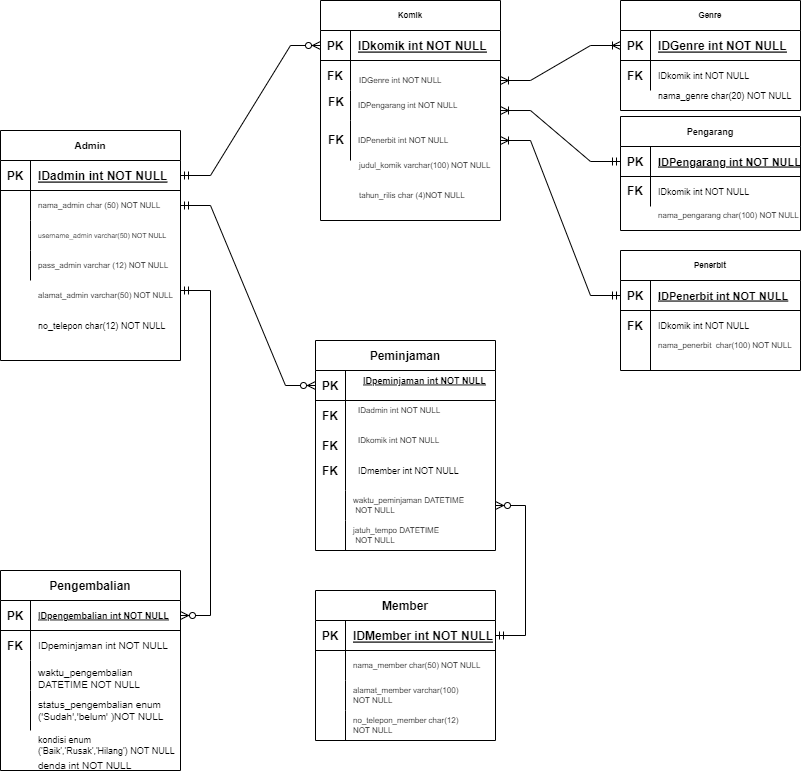
Earlier version of the draw.io export Pertemuan 6/Pertemuan 6.drawio.png (Naufalzaki05/IF214002). Source tidied: cells renumbered, new cells last; positions are measured from the earlier drawing's top-left corner, leaving out a move shared by most shapes.
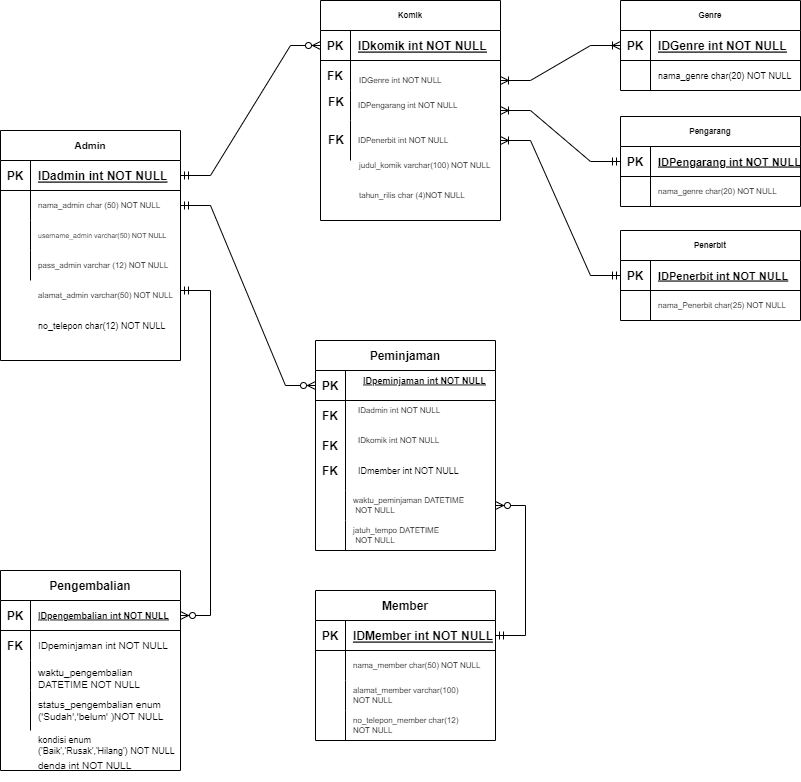
Later version of the same file.

Diff of the diagram source:
```diff
@@ -239,7 +239,7 @@
       <mxGeometry x="315" y="455" width="30" height="30" as="geometry" />
     </mxCell>
     <mxCell id="80" value="Genre" style="shape=table;startSize=30;rowLines=0;fontStyle=1;align=center;fontSize=8;" parent="1" vertex="1">
-      <mxGeometry x="620" width="180" height="110" as="geometry" />
+      <mxGeometry x="620" width="180" height="90" as="geometry" />
     </mxCell>
     <mxCell id="81" style="shape=tableRow;horizontal=0;startSize=0;swimlaneHead=0;swimlaneBody=0;fillColor=none;points=[[0,0.5],[1,0.5]];portConstraint=eastwest;top=0;left=0;right=0;bottom=1;" parent="80" vertex="1">
       <mxGeometry y="30" width="180" height="30" as="geometry" />
@@ -256,7 +256,7 @@
     <mxCell id="85" style="shape=partialRectangle;fillColor=none;top=0;left=0;bottom=0;right=0;overflow=hidden;" parent="84" vertex="1">
       <mxGeometry width="30" height="30" as="geometry" />
     </mxCell>
-    <mxCell id="86" value="IDkomik int NOT NULL" style="shape=partialRectangle;fillColor=none;top=0;left=0;bottom=0;right=0;align=left;spacingLeft=6;overflow=hidden;fontSize=9;fontStyle=0;" parent="84" vertex="1">
+    <mxCell id="86" value="nama_genre char(20) NOT NULL" style="shape=partialRectangle;fillColor=none;top=0;left=0;bottom=0;right=0;align=left;spacingLeft=6;overflow=hidden;fontSize=9;" parent="84" vertex="1">
       <mxGeometry x="30" width="150" height="30" as="geometry" />
     </mxCell>
     <mxCell id="87" value="IDGenre int NOT NULL" style="shape=partialRectangle;fillColor=none;top=0;left=0;bottom=0;right=0;align=left;spacingLeft=6;overflow=hidden;fontSize=8;" parent="1" vertex="1">
@@ -282,8 +282,8 @@
         <mxPoint x="500" y="80" as="sourcePoint" />
       </mxGeometry>
     </mxCell>
-    <mxCell id="94" value="Pengarang" style="shape=table;startSize=30;rowLines=0;fontStyle=1;align=center;fontSize=9;" parent="1" vertex="1">
-      <mxGeometry x="620" y="116" width="180" height="114" as="geometry" />
+    <mxCell id="94" value="Pengarang" style="shape=table;startSize=30;rowLines=0;fontStyle=1;align=center;fontSize=8;" parent="1" vertex="1">
+      <mxGeometry x="620" y="116" width="180" height="90" as="geometry" />
     </mxCell>
     <mxCell id="95" style="shape=tableRow;horizontal=0;startSize=0;swimlaneHead=0;swimlaneBody=0;fillColor=none;points=[[0,0.5],[1,0.5]];portConstraint=eastwest;top=0;left=0;right=0;bottom=1;" parent="94" vertex="1">
       <mxGeometry y="30" width="180" height="30" as="geometry" />
@@ -300,14 +300,14 @@
     <mxCell id="99" style="shape=partialRectangle;fillColor=none;top=0;left=0;bottom=0;right=0;overflow=hidden;" parent="98" vertex="1">
       <mxGeometry width="30" height="30" as="geometry" />
     </mxCell>
-    <mxCell id="100" value="IDkomik int NOT NULL" style="shape=partialRectangle;fillColor=none;top=0;left=0;bottom=0;right=0;align=left;spacingLeft=6;overflow=hidden;fontSize=9;" parent="98" vertex="1">
+    <mxCell id="100" value="nama_genre char(20) NOT NULL" style="shape=partialRectangle;fillColor=none;top=0;left=0;bottom=0;right=0;align=left;spacingLeft=6;overflow=hidden;fontSize=8;" parent="98" vertex="1">
       <mxGeometry x="30" width="150" height="30" as="geometry" />
     </mxCell>
     <mxCell id="101" style="edgeStyle=entityRelationEdgeStyle;fontSize=12;html=1;endArrow=ERoneToMany;startArrow=ERmandOne;rounded=0;entryX=1;entryY=0.667;entryDx=0;entryDy=0;entryPerimeter=0;exitX=0;exitY=0.5;exitDx=0;exitDy=0;" parent="1" edge="1" source="95" target="24">
       <mxGeometry relative="1" as="geometry" />
     </mxCell>
     <mxCell id="102" value="Penerbit" style="shape=table;startSize=30;rowLines=0;fontStyle=1;align=center;fontSize=8;" parent="1" vertex="1">
-      <mxGeometry x="620" y="250" width="180" height="120" as="geometry" />
+      <mxGeometry x="620" y="230" width="180" height="90" as="geometry" />
     </mxCell>
     <mxCell id="103" style="shape=tableRow;horizontal=0;startSize=0;swimlaneHead=0;swimlaneBody=0;fillColor=none;points=[[0,0.5],[1,0.5]];portConstraint=eastwest;top=0;left=0;right=0;bottom=1;" parent="102" vertex="1">
       <mxGeometry y="30" width="180" height="30" as="geometry" />
@@ -319,13 +319,13 @@
       <mxGeometry x="30" width="150" height="30" as="geometry" />
     </mxCell>
     <mxCell id="106" style="shape=tableRow;horizontal=0;startSize=0;swimlaneHead=0;swimlaneBody=0;fillColor=none;top=0;left=0;right=0;bottom=0;" parent="102" vertex="1">
-      <mxGeometry y="60" width="180" height="60" as="geometry" />
+      <mxGeometry y="60" width="180" height="30" as="geometry" />
     </mxCell>
     <mxCell id="107" style="shape=partialRectangle;fillColor=none;top=0;left=0;bottom=0;right=0;overflow=hidden;" parent="106" vertex="1">
-      <mxGeometry width="30" height="60" as="geometry" />
+      <mxGeometry width="30" height="30" as="geometry" />
     </mxCell>
-    <mxCell id="108" style="shape=partialRectangle;fillColor=none;top=0;left=0;bottom=0;right=0;align=left;spacingLeft=6;overflow=hidden;fontSize=8;" parent="106" vertex="1">
-      <mxGeometry x="30" width="150" height="60" as="geometry" />
+    <mxCell id="108" value="nama_Penerbit char(25) NOT NULL" style="shape=partialRectangle;fillColor=none;top=0;left=0;bottom=0;right=0;align=left;spacingLeft=6;overflow=hidden;fontSize=8;" parent="106" vertex="1">
+      <mxGeometry x="30" width="150" height="30" as="geometry" />
     </mxCell>
     <mxCell id="109" style="edgeStyle=entityRelationEdgeStyle;fontSize=12;html=1;endArrow=ERoneToMany;startArrow=ERmandOne;rounded=0;entryX=1;entryY=0.5;entryDx=0;entryDy=0;exitX=0;exitY=0.5;exitDx=0;exitDy=0;" parent="1" edge="1" source="103" target="27">
       <mxGeometry relative="1" as="geometry" />
@@ -339,26 +339,5 @@
     <mxCell id="112" value="denda int NOT NULL" style="shape=partialRectangle;fillColor=none;top=0;left=0;bottom=0;right=0;align=left;spacingLeft=6;overflow=hidden;fontSize=10;" parent="1" vertex="1">
       <mxGeometry x="30" y="750" width="150" height="30" as="geometry" />
     </mxCell>
-    <mxCell id="113" value="nama_genre char(20) NOT NULL" style="shape=partialRectangle;fillColor=none;top=0;left=0;bottom=0;right=0;align=left;spacingLeft=6;overflow=hidden;fontSize=9;" parent="1" vertex="1">
-      <mxGeometry x="650" y="80" width="150" height="30" as="geometry" />
-    </mxCell>
-    <mxCell id="114" value="nama_pengarang char(100) NOT NULL" style="shape=partialRectangle;fillColor=none;top=0;left=0;bottom=0;right=0;align=left;spacingLeft=6;overflow=hidden;fontSize=8;" parent="1" vertex="1">
-      <mxGeometry x="650" y="200" width="150" height="30" as="geometry" />
-    </mxCell>
-    <mxCell id="115" value="IDkomik int NOT NULL" style="shape=partialRectangle;fillColor=none;top=0;left=0;bottom=0;right=0;align=left;spacingLeft=6;overflow=hidden;fontSize=9;" parent="1" vertex="1">
-      <mxGeometry x="650" y="310" width="150" height="30" as="geometry" />
-    </mxCell>
-    <mxCell id="116" value="nama_penerbit  char(100) NOT NULL" style="shape=partialRectangle;fillColor=none;top=0;left=0;bottom=0;right=0;align=left;spacingLeft=6;overflow=hidden;fontSize=8;" parent="1" vertex="1">
-      <mxGeometry x="650" y="330" width="150" height="30" as="geometry" />
-    </mxCell>
-    <mxCell id="117" value="FK" style="shape=partialRectangle;fillColor=none;top=0;left=0;bottom=0;right=0;overflow=hidden;fontStyle=1;" parent="1" vertex="1">
-      <mxGeometry x="620" y="175" width="30" height="30" as="geometry" />
-    </mxCell>
-    <mxCell id="118" value="FK" style="shape=partialRectangle;fillColor=none;top=0;left=0;bottom=0;right=0;overflow=hidden;fontStyle=1;" parent="1" vertex="1">
-      <mxGeometry x="620" y="60" width="30" height="30" as="geometry" />
-    </mxCell>
-    <mxCell id="119" value="FK" style="shape=partialRectangle;fillColor=none;top=0;left=0;bottom=0;right=0;overflow=hidden;fontStyle=1;" parent="1" vertex="1">
-      <mxGeometry x="620" y="310" width="30" height="30" as="geometry" />
-    </mxCell>
   </root>
 </mxGraphModel>
```
